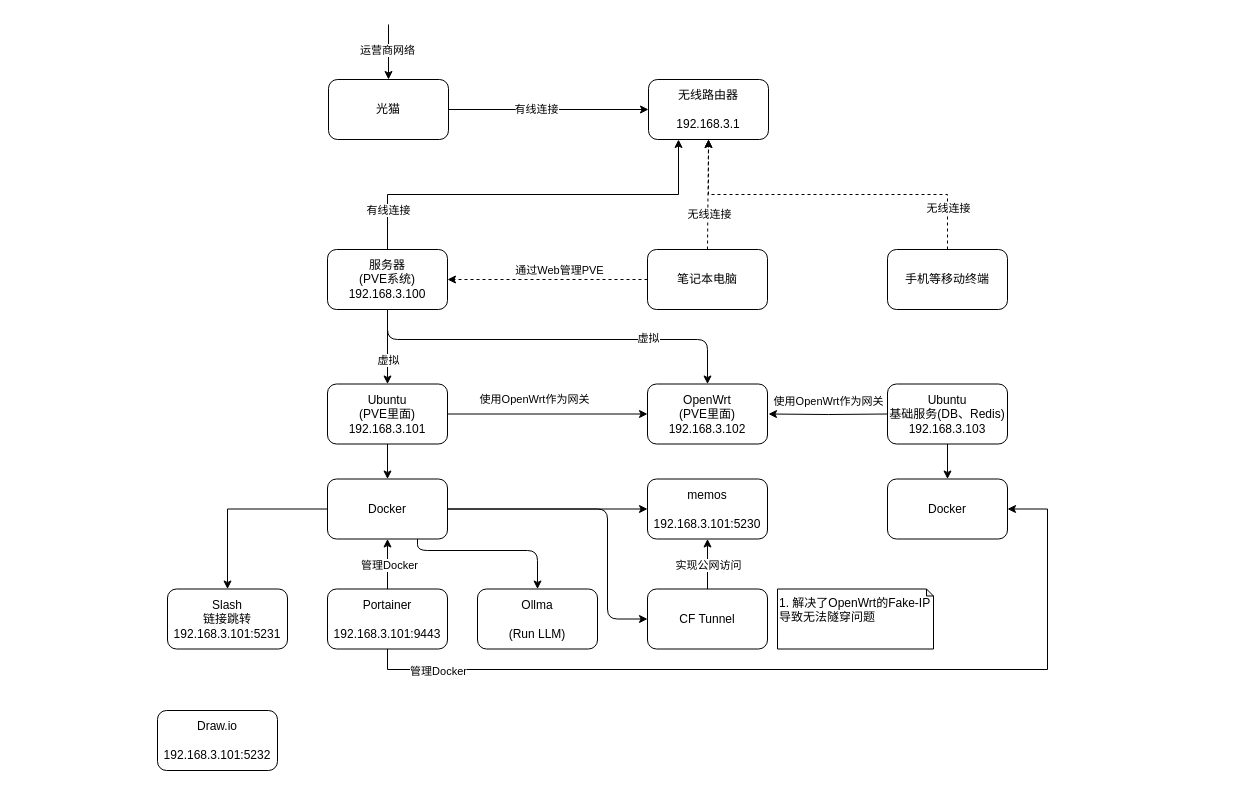
The draw.io diagram page "HomeLab-Arch-Deploy-Details" (77 of 77) of Moatkon.drawio in moatkon/moatkon, before the edit. Source tidied: cells renumbered, new cells numbered last; positions are measured from the earlier drawing's top-left corner, leaving out a move shared by most shapes. Both pictures are drawn from the tidied source at 100%, with x=0, y=0 at pixel (157, 24).
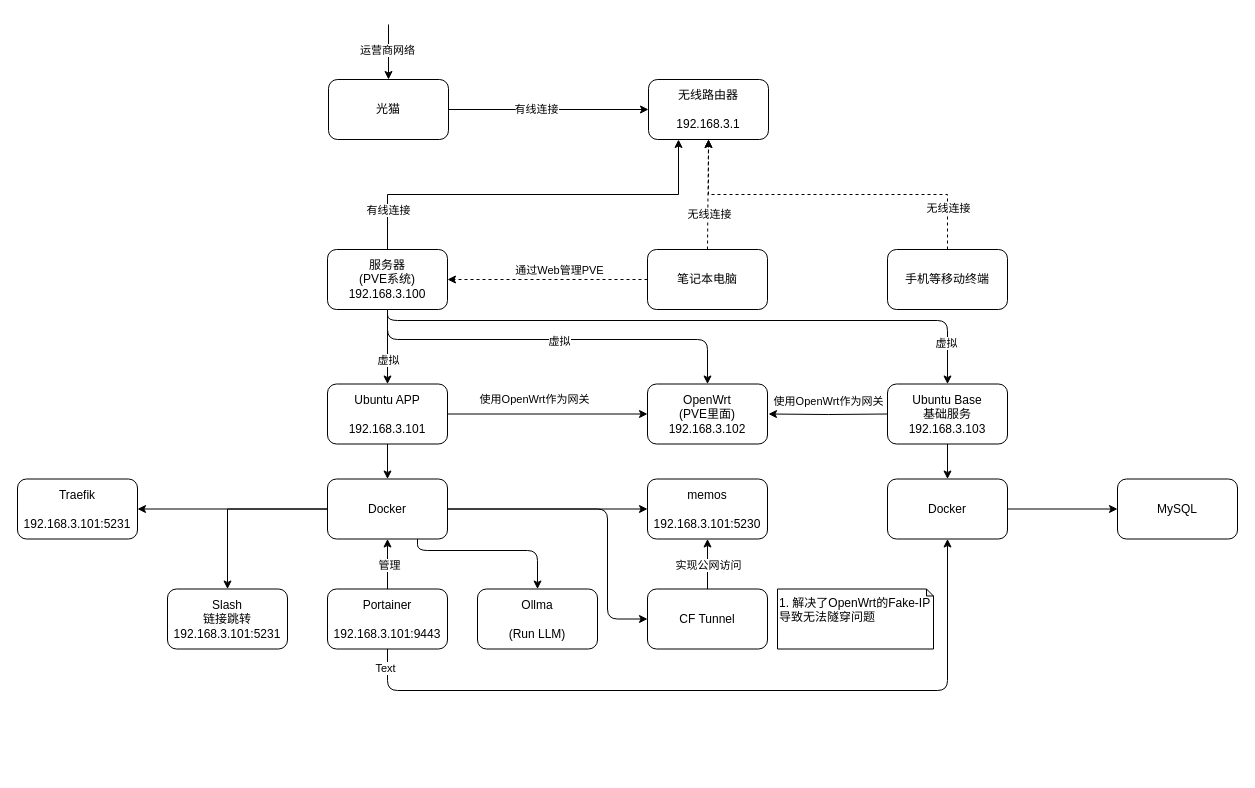
The same diagram, later.

Unchanged cells that the change refers to:
```xml
<mxCell id="21" style="edgeStyle=orthogonalEdgeStyle;html=1;exitX=0.5;exitY=1;exitDx=0;exitDy=0;entryX=0.5;entryY=0;entryDx=0;entryDy=0;" parent="1" edge="1" source="23" target="27">
  <mxGeometry relative="1" as="geometry">
    <Array as="points">
      <mxPoint x="230" y="315" />
      <mxPoint x="550" y="315" />
    </Array>
  </mxGeometry>
</mxCell>
<mxCell id="23" value="服务器&lt;br&gt;(PVE系统)&lt;br&gt;&lt;span style=&quot;color: rgb(0, 0, 0);&quot;&gt;192.168.3.100&lt;/span&gt;" style="rounded=1;whiteSpace=wrap;html=1;fillColor=none;" parent="1" vertex="1">
  <mxGeometry x="170" y="225" width="120" height="60" as="geometry" />
</mxCell>
<mxCell id="30" style="edgeStyle=orthogonalEdgeStyle;rounded=0;jettySize=auto;html=1;exitX=0.5;exitY=1;exitDx=0;exitDy=0;entryX=0.5;entryY=0;entryDx=0;entryDy=0;startArrow=classic;startFill=1;endArrow=none;endFill=0;" parent="1" edge="1" source="34" target="40">
  <mxGeometry relative="1" as="geometry" />
</mxCell>
<mxCell id="34" value="Docker" style="rounded=1;whiteSpace=wrap;html=1;fillColor=none;" parent="1" vertex="1">
  <mxGeometry x="170" y="454.5" width="120" height="60" as="geometry" />
</mxCell>
<mxCell id="40" value="Portainer&lt;br&gt;&lt;br&gt;192.168.3.101:9443" style="whiteSpace=wrap;html=1;fillColor=none;rounded=1;" parent="1" vertex="1">
  <mxGeometry x="170" y="564.5" width="120" height="60" as="geometry" />
</mxCell>
<mxCell id="49" value="Docker" style="rounded=1;whiteSpace=wrap;html=1;fillColor=none;" parent="1" vertex="1">
  <mxGeometry x="730" y="454.5" width="120" height="60" as="geometry" />
</mxCell>
```

Change to the diagram source:
```diff
@@
     <mxCell id="22" value="&lt;span style=&quot;color: rgb(0, 0, 0);&quot;&gt;虚拟&lt;/span&gt;" style="edgeLabel;html=1;align=center;verticalAlign=middle;" parent="21" vertex="1">
       <mxGeometry x="0.18" y="3" relative="1" as="geometry">
-        <mxPoint x="57" y="1" as="offset" />
+        <mxPoint x="-32" y="4" as="offset" />
       </mxGeometry>
     </mxCell>
+    <mxCell id="53" style="edgeStyle=orthogonalEdgeStyle;rounded=1;jettySize=auto;html=1;exitX=0.5;exitY=1;exitDx=0;exitDy=0;entryX=0.5;entryY=0;entryDx=0;entryDy=0;curved=0;" parent="1" edge="1" source="23" target="47">
+      <mxGeometry relative="1" as="geometry">
+        <Array as="points">
+          <mxPoint x="230" y="296" />
+          <mxPoint x="790" y="296" />
+        </Array>
+      </mxGeometry>
+    </mxCell>
+    <mxCell id="54" value="虚拟" style="edgeLabel;html=1;align=center;verticalAlign=middle;" parent="53" vertex="1">
+      <mxGeometry x="0.87" y="-2" relative="1" as="geometry" />
+    </mxCell>
@@
-    <mxCell id="26" value="Ubuntu&lt;br&gt;(PVE里面)&lt;br&gt;&lt;span style=&quot;color: rgb(0, 0, 0);&quot;&gt;192.168.3.101&lt;/span&gt;" style="rounded=1;whiteSpace=wrap;html=1;fillColor=none;" parent="1" vertex="1">
+    <mxCell id="26" value="Ubuntu APP&lt;br&gt;&lt;br&gt;&lt;span style=&quot;color: rgb(0, 0, 0);&quot;&gt;192.168.3.101&lt;/span&gt;" style="rounded=1;whiteSpace=wrap;html=1;fillColor=none;" parent="1" vertex="1">
       <mxGeometry x="170" y="359.5" width="120" height="60" as="geometry" />
     </mxCell>
@@
-    <mxCell id="31" value="管理Docker" style="edgeLabel;html=1;align=center;verticalAlign=middle;" parent="30" vertex="1">
+    <mxCell id="31" value="管理" style="edgeLabel;html=1;align=center;verticalAlign=middle;" parent="30" vertex="1">
       <mxGeometry x="0.05" y="1" relative="1" as="geometry" />
     </mxCell>
@@
+    <mxCell id="55" style="edgeStyle=orthogonalEdgeStyle;rounded=0;jettySize=auto;html=1;exitX=0;exitY=0.5;exitDx=0;exitDy=0;" parent="1" edge="1" source="34" target="52">
+      <mxGeometry relative="1" as="geometry" />
+    </mxCell>
@@
-    <mxCell id="39" style="edgeStyle=orthogonalEdgeStyle;rounded=0;jettySize=auto;html=1;exitX=0.5;exitY=1;exitDx=0;exitDy=0;entryX=1;entryY=0.5;entryDx=0;entryDy=0;elbow=vertical;" parent="1" edge="1" source="40" target="49">
+    <mxCell id="39" style="edgeStyle=orthogonalEdgeStyle;rounded=1;jettySize=auto;html=1;exitX=0.5;exitY=1;exitDx=0;exitDy=0;curved=0;" parent="1" edge="1" source="40" target="49">
       <mxGeometry relative="1" as="geometry">
         <Array as="points">
-          <mxPoint x="230" y="645" />
-          <mxPoint x="890" y="645" />
-          <mxPoint x="890" y="485" />
+          <mxPoint x="230" y="666" />
+          <mxPoint x="790" y="666" />
         </Array>
       </mxGeometry>
     </mxCell>
+    <mxCell id="56" value="Text" style="edgeLabel;html=1;align=center;verticalAlign=middle;" parent="39" vertex="1">
+      <mxGeometry x="-0.95" y="-3" relative="1" as="geometry" />
+    </mxCell>
@@
+    <mxCell id="57" style="edgeStyle=orthogonalEdgeStyle;rounded=0;jettySize=auto;html=1;exitX=1;exitY=0.5;exitDx=0;exitDy=0;" parent="1" edge="1" source="49" target="58">
+      <mxGeometry relative="1" as="geometry" />
+    </mxCell>
-    <mxCell id="47" value="Ubuntu&lt;br&gt;基础服务(DB、Redis)&lt;br&gt;192.168.3.103" style="rounded=1;whiteSpace=wrap;html=1;fillColor=none;" parent="1" vertex="1">
+    <mxCell id="47" value="Ubuntu Base&lt;br&gt;基础服务&lt;br&gt;192.168.3.103" style="rounded=1;whiteSpace=wrap;html=1;fillColor=none;" parent="1" vertex="1">
       <mxGeometry x="730" y="359.5" width="120" height="60" as="geometry" />
     </mxCell>
@@
-    <mxCell id="50" value="管理Docker" style="edgeLabel;html=1;align=center;verticalAlign=middle;" parent="1" vertex="1">
-      <mxGeometry x="280" y="646" as="geometry" />
-    </mxCell>
@@
-    <mxCell id="52" value="Draw.io&lt;br&gt;&lt;br&gt;192.168.3.101:5232" style="rounded=1;whiteSpace=wrap;html=1;fillColor=none;" parent="1" vertex="1">
-      <mxGeometry y="686" width="120" height="60" as="geometry" />
+    <mxCell id="52" value="Traefik&lt;br&gt;&lt;div&gt;&lt;br&gt;192.168.3.101:5231&lt;/div&gt;" style="rounded=1;whiteSpace=wrap;html=1;fillColor=none;" parent="1" vertex="1">
+      <mxGeometry x="-140" y="454.5" width="120" height="60" as="geometry" />
     </mxCell>
+    <mxCell id="58" value="MySQL" style="whiteSpace=wrap;html=1;fillColor=none;rounded=1;" parent="1" vertex="1">
+      <mxGeometry x="960" y="454.5" width="120" height="60" as="geometry" />
+    </mxCell>
```
